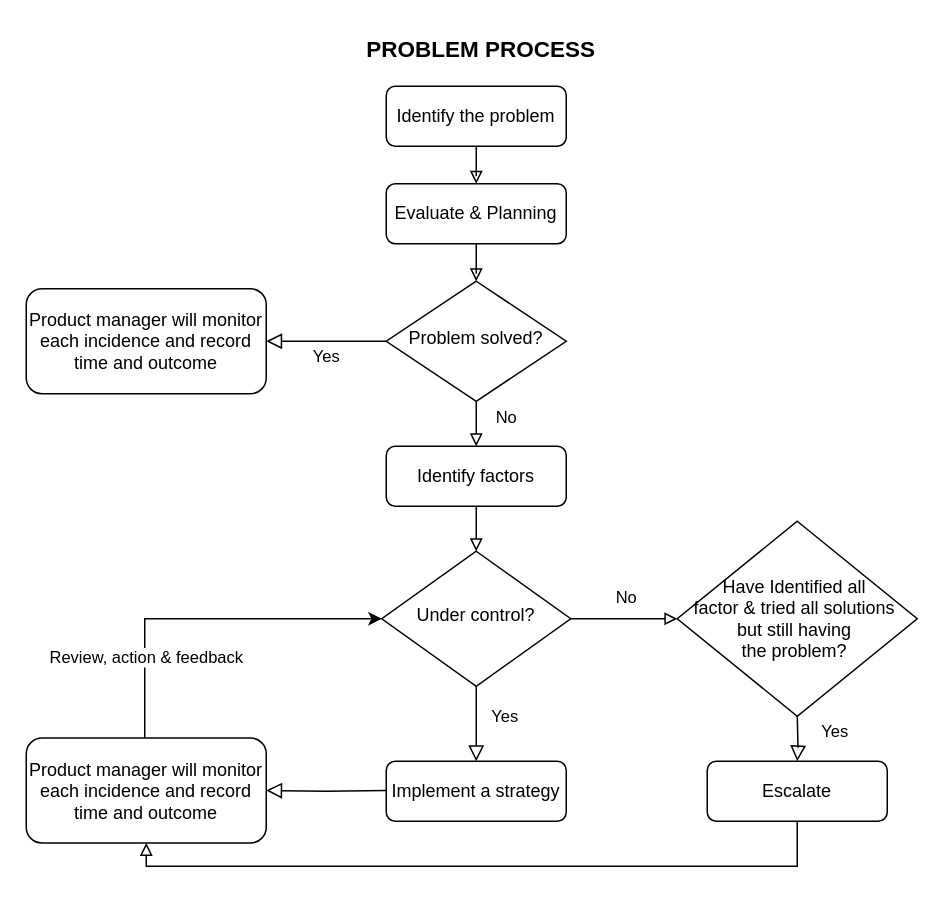
Earlier version of the draw.io diagram PROBLEM PROCESS.drawio (KhilliamsChise/webDevFiles). Source tidied: cells renumbered, new cells numbered last; positions are measured from the earlier drawing's top-left corner, leaving out a move shared by most shapes. Both pictures are drawn from the tidied source at 150%, with x=0, y=0 at pixel (26, 26).
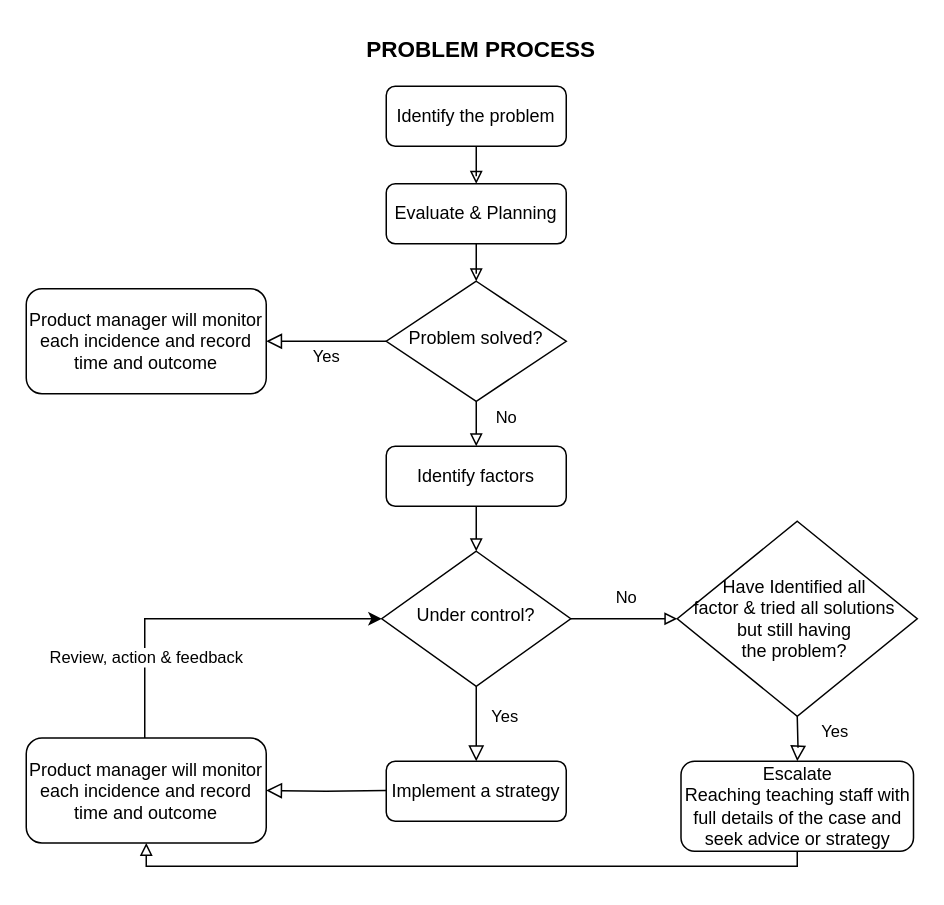
Above is the later version.

The edit, as a diff of the source:
```diff
@@
-    <mxCell id="22" value="Escalate" style="rounded=1;whiteSpace=wrap;html=1;fontSize=12;glass=0;strokeWidth=1;shadow=0;" parent="1" vertex="1">
-      <mxGeometry x="454" y="490" width="120" height="40" as="geometry" />
+    <mxCell id="22" value="Escalate&lt;div&gt;Reaching teaching staff with full details of the case and seek advice or strategy&lt;/div&gt;" style="rounded=1;whiteSpace=wrap;html=1;fontSize=12;glass=0;strokeWidth=1;shadow=0;" parent="1" vertex="1">
+      <mxGeometry x="436.5" y="490" width="155" height="60" as="geometry" />
     </mxCell>
```
